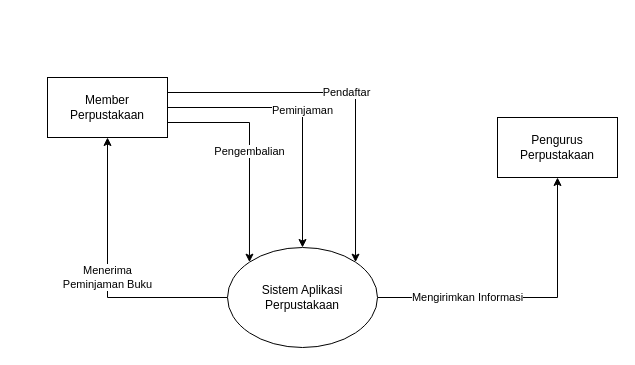
This is dfd0.drawio from muhamad-bari/buat-contoh, a draw.io file, before an edit. Source tidied: cells renumbered, new cells numbered last; positions are measured from the earlier drawing's top-left corner, leaving out a move shared by most shapes. Both pictures are drawn from the tidied source at 100%, with x=0, y=0 at pixel (47, 77).
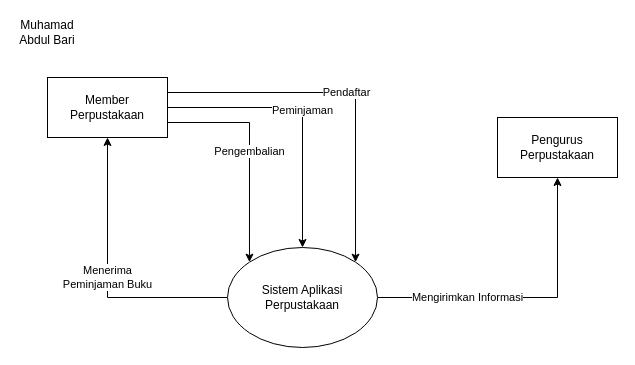
After the change.

Change to the diagram source:
```diff
@@
 <mxGraphModel>
   <root>
     <mxCell id="0" />
     <mxCell id="1" parent="0" />
     <mxCell id="2" value="Pendaftar" style="edgeStyle=orthogonalEdgeStyle;rounded=0;jettySize=auto;html=1;exitX=1;exitY=0.25;exitDx=0;exitDy=0;entryX=1;entryY=0;entryDx=0;entryDy=0;" parent="1" edge="1" source="5" target="9">
       <mxGeometry relative="1" as="geometry" />
     </mxCell>
     <mxCell id="3" value="Peminjaman" style="edgeStyle=orthogonalEdgeStyle;rounded=0;jettySize=auto;html=1;entryX=0.5;entryY=0;entryDx=0;entryDy=0;" parent="1" edge="1" source="5" target="9">
       <mxGeometry relative="1" as="geometry" />
     </mxCell>
     <mxCell id="4" value="Pengembalian" style="edgeStyle=orthogonalEdgeStyle;rounded=0;jettySize=auto;html=1;exitX=1;exitY=0.75;exitDx=0;exitDy=0;entryX=0;entryY=0;entryDx=0;entryDy=0;" parent="1" edge="1" source="5" target="9">
       <mxGeometry relative="1" as="geometry" />
     </mxCell>
     <mxCell id="5" value="Member Perpustakaan" style="rounded=0;whiteSpace=wrap;html=1;" parent="1" vertex="1">
       <mxGeometry width="120" height="60" as="geometry" />
     </mxCell>
     <mxCell id="6" value="Pengurus Perpustakaan" style="rounded=0;whiteSpace=wrap;html=1;" parent="1" vertex="1">
       <mxGeometry x="450" y="40" width="120" height="60" as="geometry" />
     </mxCell>
     <mxCell id="7" value="&lt;div&gt;Menerima&lt;/div&gt;&lt;div&gt;Peminjaman Buku&lt;br&gt;&lt;/div&gt;" style="edgeStyle=orthogonalEdgeStyle;rounded=0;jettySize=auto;html=1;entryX=0.5;entryY=1;entryDx=0;entryDy=0;" parent="1" edge="1" source="9" target="5">
       <mxGeometry relative="1" as="geometry" />
     </mxCell>
     <mxCell id="8" value="Mengirimkan Informasi" style="edgeStyle=orthogonalEdgeStyle;rounded=0;jettySize=auto;html=1;entryX=0.5;entryY=1;entryDx=0;entryDy=0;" parent="1" edge="1" source="9" target="6">
       <mxGeometry x="-0.4" relative="1" as="geometry" />
     </mxCell>
     <mxCell id="9" value="&lt;div&gt;Sistem Aplikasi &lt;br&gt;&lt;/div&gt;&lt;div&gt;Perpustakaan&lt;br&gt;&lt;/div&gt;" style="ellipse;whiteSpace=wrap;html=1;" parent="1" vertex="1">
       <mxGeometry x="180" y="170" width="150" height="100" as="geometry" />
     </mxCell>
+    <mxCell id="10" value="Muhamad Abdul Bari" style="text;html=1;strokeColor=none;fillColor=none;align=center;verticalAlign=middle;whiteSpace=wrap;rounded=0;" parent="1" vertex="1">
+      <mxGeometry x="-30" y="-60" width="60" height="30" as="geometry" />
+    </mxCell>
   </root>
 </mxGraphModel>
```
